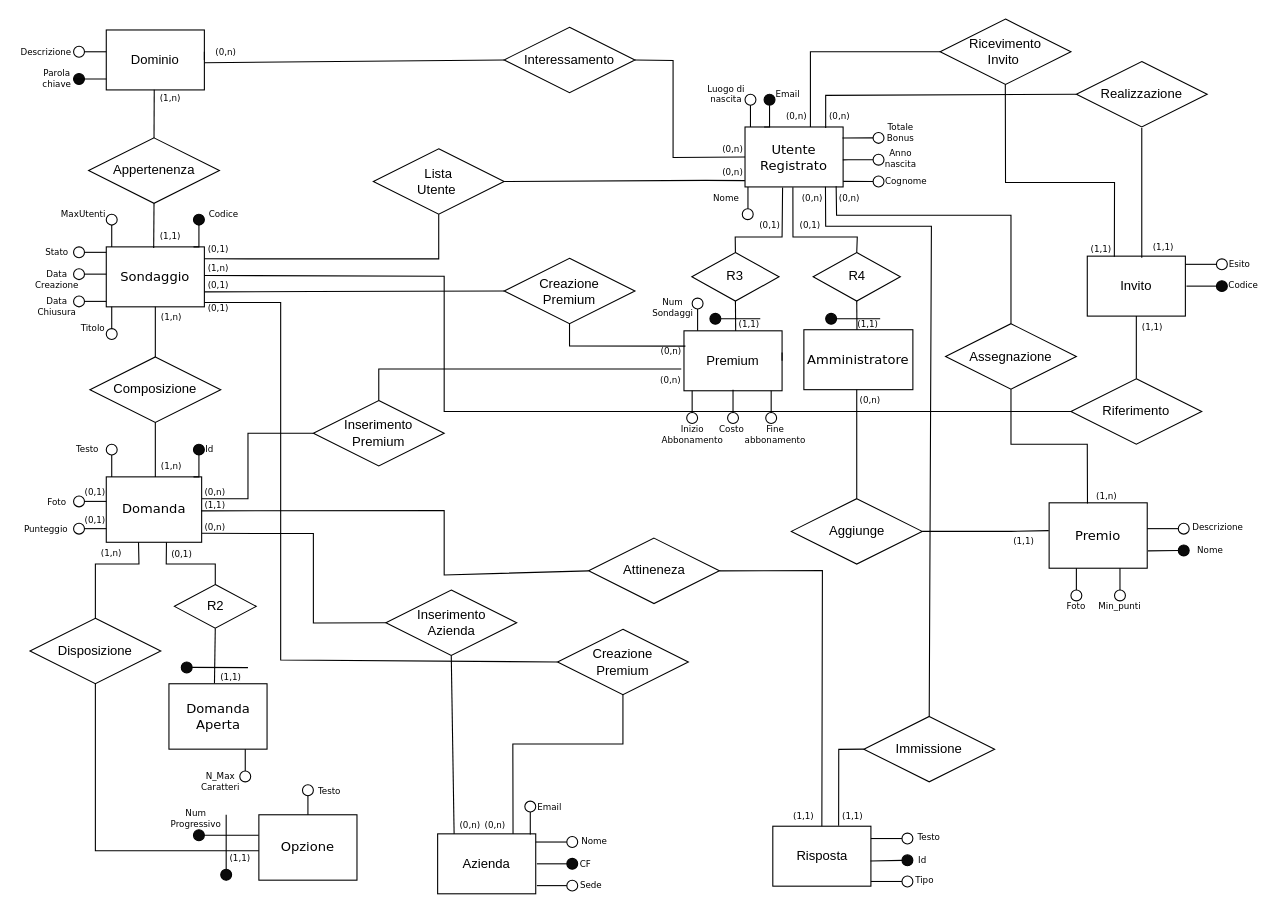
The draw.io diagram SchemaErRistrutturatoFunzionale.drawio in tommaso2311/DatBas_22-23, before the edit. Source tidied: cells renumbered, new cells numbered last; positions are measured from the earlier drawing's top-left corner, leaving out a move shared by most shapes. Both pictures are drawn from the tidied source at 109%, with x=0, y=0 at pixel (19, 19).
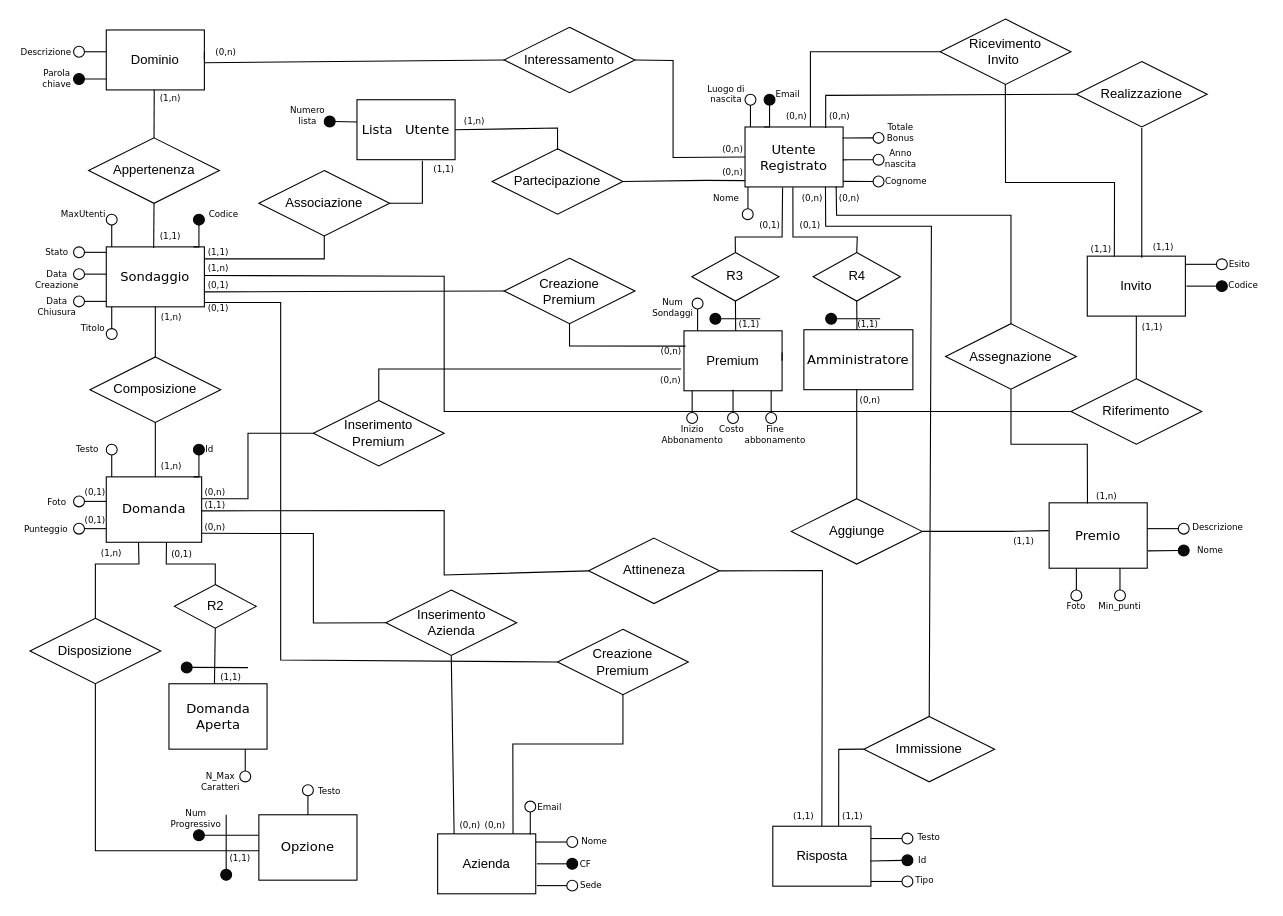
After the change.

The change refers to these unchanged cells:
```xml
<mxCell id="2" value="&lt;p&gt;&lt;font face=&quot;Verdana&quot;&gt;Sondaggio&lt;/font&gt;&lt;/p&gt;" style="rounded=0;whiteSpace=wrap;html=1;" parent="1" vertex="1">
  <mxGeometry x="80" y="209" width="90" height="55" as="geometry" />
</mxCell>
```

What changed in the source:
```diff
@@
-    <mxCell id="126" value="Lista &lt;br&gt;Utente&amp;nbsp;" style="shape=rhombus;perimeter=rhombusPerimeter;whiteSpace=wrap;html=1;align=center;" parent="1" vertex="1">
-      <mxGeometry x="325" y="119" width="120" height="60" as="geometry" />
-    </mxCell>
-    <mxCell id="127" style="endArrow=none;html=1;rounded=0;fontFamily=Helvetica;fontSize=12;fontColor=default;entryX=0.5;entryY=1;entryDx=0;entryDy=0;startArrow=none;exitX=0.999;exitY=0.197;exitDx=0;exitDy=0;exitPerimeter=0;" parent="1" edge="1" source="2" target="126">
-      <mxGeometry relative="1" as="geometry">
-        <Array as="points">
-          <mxPoint x="210" y="220" />
-          <mxPoint x="385" y="220" />
-        </Array>
-      </mxGeometry>
-    </mxCell>
-    <mxCell id="128" value="(0,1)" style="text;html=1;strokeColor=none;fillColor=none;align=center;verticalAlign=middle;whiteSpace=wrap;rounded=0;fontSize=8;fontFamily=Verdana;" parent="1" vertex="1">
-      <mxGeometry x="162.5" y="200.5" width="40" height="20" as="geometry" />
-    </mxCell>
-    <mxCell id="129" style="endArrow=none;html=1;rounded=0;fontFamily=Helvetica;fontSize=12;fontColor=default;entryX=0.848;entryY=1.013;entryDx=0;entryDy=0;exitX=1;exitY=0.5;exitDx=0;exitDy=0;entryPerimeter=0;" parent="1" edge="1" source="126" target="130">
-      <mxGeometry relative="1" as="geometry">
-        <Array as="points">
-          <mxPoint x="630" y="148" />
-        </Array>
-      </mxGeometry>
-    </mxCell>
-    <mxCell id="130" value="(0,n)" style="text;html=1;strokeColor=none;fillColor=none;align=center;verticalAlign=middle;whiteSpace=wrap;rounded=0;fontSize=8;fontFamily=Verdana;" parent="1" vertex="1">
-      <mxGeometry x="637.5" y="134" width="33.5" height="14" as="geometry" />
-    </mxCell>
@@
+    <mxCell id="236" value="Partecipazione" style="shape=rhombus;perimeter=rhombusPerimeter;whiteSpace=wrap;html=1;align=center;" parent="1" vertex="1">
+      <mxGeometry x="434" y="119" width="120" height="60" as="geometry" />
+    </mxCell>
+    <mxCell id="237" style="endArrow=none;html=1;rounded=0;fontFamily=Helvetica;fontSize=12;fontColor=default;startArrow=none;exitX=1;exitY=0.5;exitDx=0;exitDy=0;" parent="1" edge="1" source="240">
+      <mxGeometry relative="1" as="geometry">
+        <mxPoint x="494" y="120" as="targetPoint" />
+        <Array as="points">
+          <mxPoint x="494" y="100" />
+        </Array>
+      </mxGeometry>
+    </mxCell>
+    <mxCell id="238" value="(1,1)" style="text;html=1;strokeColor=none;fillColor=none;align=center;verticalAlign=middle;whiteSpace=wrap;rounded=0;fontSize=8;fontFamily=Verdana;" parent="1" vertex="1">
+      <mxGeometry x="370" y="128" width="40" height="20" as="geometry" />
+    </mxCell>
+    <mxCell id="239" style="endArrow=none;html=1;rounded=0;fontFamily=Helvetica;fontSize=12;fontColor=default;entryX=0.848;entryY=1.013;entryDx=0;entryDy=0;exitX=1;exitY=0.5;exitDx=0;exitDy=0;entryPerimeter=0;" parent="1" edge="1" source="236" target="130">
+      <mxGeometry relative="1" as="geometry">
+        <Array as="points">
+          <mxPoint x="630" y="148" />
+        </Array>
+      </mxGeometry>
+    </mxCell>
+    <mxCell id="130" value="(0,n)" style="text;html=1;strokeColor=none;fillColor=none;align=center;verticalAlign=middle;whiteSpace=wrap;rounded=0;fontSize=8;fontFamily=Verdana;" parent="1" vertex="1">
+      <mxGeometry x="637.5" y="134" width="33.5" height="14" as="geometry" />
+    </mxCell>
+    <mxCell id="240" value="&lt;p&gt;&lt;font face=&quot;Verdana&quot;&gt;&amp;nbsp;Lista&amp;nbsp; &amp;nbsp;U&lt;/font&gt;&lt;span style=&quot;font-family: Verdana; background-color: initial;&quot;&gt;tente&amp;nbsp;&lt;/span&gt;&lt;/p&gt;" style="rounded=0;whiteSpace=wrap;html=1;" parent="1" vertex="1">
+      <mxGeometry x="310" y="74" width="90" height="55" as="geometry" />
+    </mxCell>
+    <mxCell id="241" value="Associazione" style="shape=rhombus;perimeter=rhombusPerimeter;whiteSpace=wrap;html=1;align=center;" parent="1" vertex="1">
+      <mxGeometry x="220" y="139" width="120" height="60" as="geometry" />
+    </mxCell>
+    <mxCell id="242" style="endArrow=none;html=1;rounded=0;startArrow=none;exitX=0.188;exitY=0.8;exitDx=0;exitDy=0;exitPerimeter=0;" parent="1" edge="1" source="244">
+      <mxGeometry relative="1" as="geometry">
+        <mxPoint x="280" y="199" as="targetPoint" />
+        <Array as="points">
+          <mxPoint x="280" y="220" />
+        </Array>
+      </mxGeometry>
+    </mxCell>
+    <mxCell id="243" style="endArrow=none;html=1;rounded=0;exitX=1;exitY=0.5;exitDx=0;exitDy=0;" parent="1" edge="1" source="241">
+      <mxGeometry relative="1" as="geometry">
+        <mxPoint x="370" y="130" as="targetPoint" />
+        <Array as="points">
+          <mxPoint x="370" y="169" />
+        </Array>
+      </mxGeometry>
+    </mxCell>
+    <mxCell id="244" value="(1,1)" style="text;html=1;strokeColor=none;fillColor=none;align=center;verticalAlign=middle;whiteSpace=wrap;rounded=0;fontSize=8;fontFamily=Verdana;" parent="1" vertex="1">
+      <mxGeometry x="162.5" y="204" width="40" height="20" as="geometry" />
+    </mxCell>
+    <mxCell id="245" style="endArrow=none;html=1;rounded=0;exitX=0;exitY=0.371;exitDx=0;exitDy=0;exitPerimeter=0;entryX=1;entryY=0.5;entryDx=0;entryDy=0;" parent="1" edge="1" source="240" target="246">
+      <mxGeometry relative="1" as="geometry" />
+    </mxCell>
+    <mxCell id="246" style="ellipse;whiteSpace=wrap;html=1;labelBackgroundColor=#0A0A0A;fontColor=#000000;fillColor=#0A0A0A;" parent="1" vertex="1">
+      <mxGeometry x="280" y="89" width="10" height="10" as="geometry" />
+    </mxCell>
+    <mxCell id="247" value="Numero lista" style="text;html=1;strokeColor=none;fillColor=none;align=center;verticalAlign=middle;whiteSpace=wrap;rounded=0;fontSize=8;fontFamily=Verdana;" parent="1" vertex="1">
+      <mxGeometry x="245" y="79" width="40" height="20" as="geometry" />
+    </mxCell>
+    <mxCell id="248" value="(1,n)" style="text;html=1;strokeColor=none;fillColor=none;align=center;verticalAlign=middle;whiteSpace=wrap;rounded=0;fontSize=8;fontFamily=Verdana;" parent="1" vertex="1">
+      <mxGeometry x="400.5" y="87" width="33.5" height="14" as="geometry" />
+    </mxCell>
```
